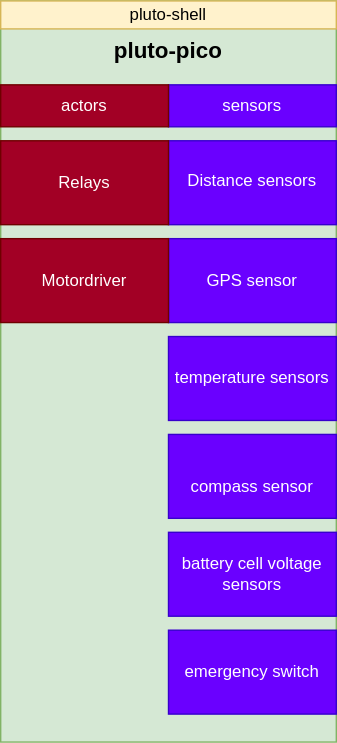
This is docs/3_pluto_pico/pluto_pico-Connections.drawio.svg from jruelli/pluto_docu, a draw.io export, as it was before one commit. Source tidied: cells renumbered, new cells last; positions are measured from the earlier drawing's top-left corner, leaving out a move shared by most shapes.
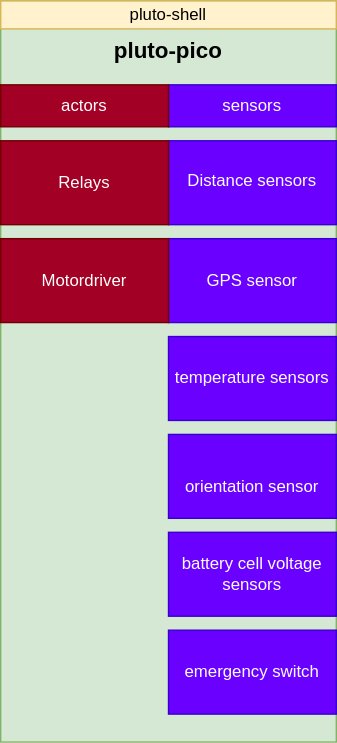
The same file after the commit.

Commit message:
replace compass sensor with bno055

Diff of the diagram source:
```diff
@@ -26,7 +26,7 @@
     <mxCell id="9" value="temperature sensors" style="rounded=0;whiteSpace=wrap;html=1;fillColor=#6a00ff;strokeColor=#3700CC;fontColor=#ffffff;" parent="1" vertex="1">
       <mxGeometry x="120" y="240" width="120" height="60" as="geometry" />
     </mxCell>
-    <mxCell id="10" value="&lt;div class=&quot;line-block&quot;&gt;&lt;br&gt;&lt;div class=&quot;line&quot;&gt;compass sensor&lt;/div&gt;&lt;/div&gt;" style="rounded=0;whiteSpace=wrap;html=1;fillColor=#6a00ff;strokeColor=#3700CC;fontColor=#ffffff;" parent="1" vertex="1">
+    <mxCell id="10" value="&lt;div class=&quot;line-block&quot;&gt;&lt;br&gt;&lt;div class=&quot;line&quot;&gt;orientation sensor&lt;/div&gt;&lt;/div&gt;" style="rounded=0;whiteSpace=wrap;html=1;fillColor=#6a00ff;strokeColor=#3700CC;fontColor=#ffffff;" parent="1" vertex="1">
       <mxGeometry x="120" y="310" width="120" height="60" as="geometry" />
     </mxCell>
     <mxCell id="11" value="&lt;div class=&quot;line-block&quot;&gt;battery cell voltage sensors&lt;/div&gt;" style="rounded=0;whiteSpace=wrap;html=1;fillColor=#6a00ff;strokeColor=#3700CC;fontColor=#ffffff;" parent="1" vertex="1">
```
